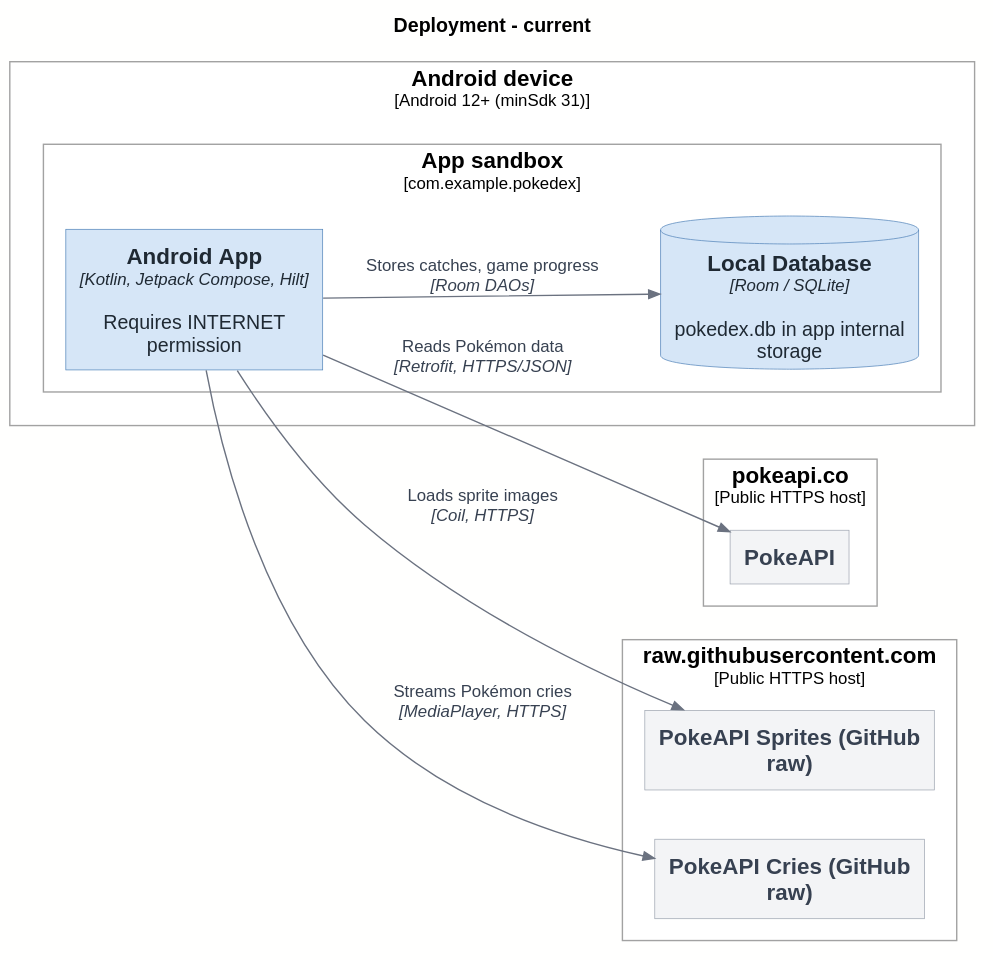
The PlantUML diagram docs/architecture/out/04-deployment.svg in rodrigo4sousa/Pokedex, before a commit.
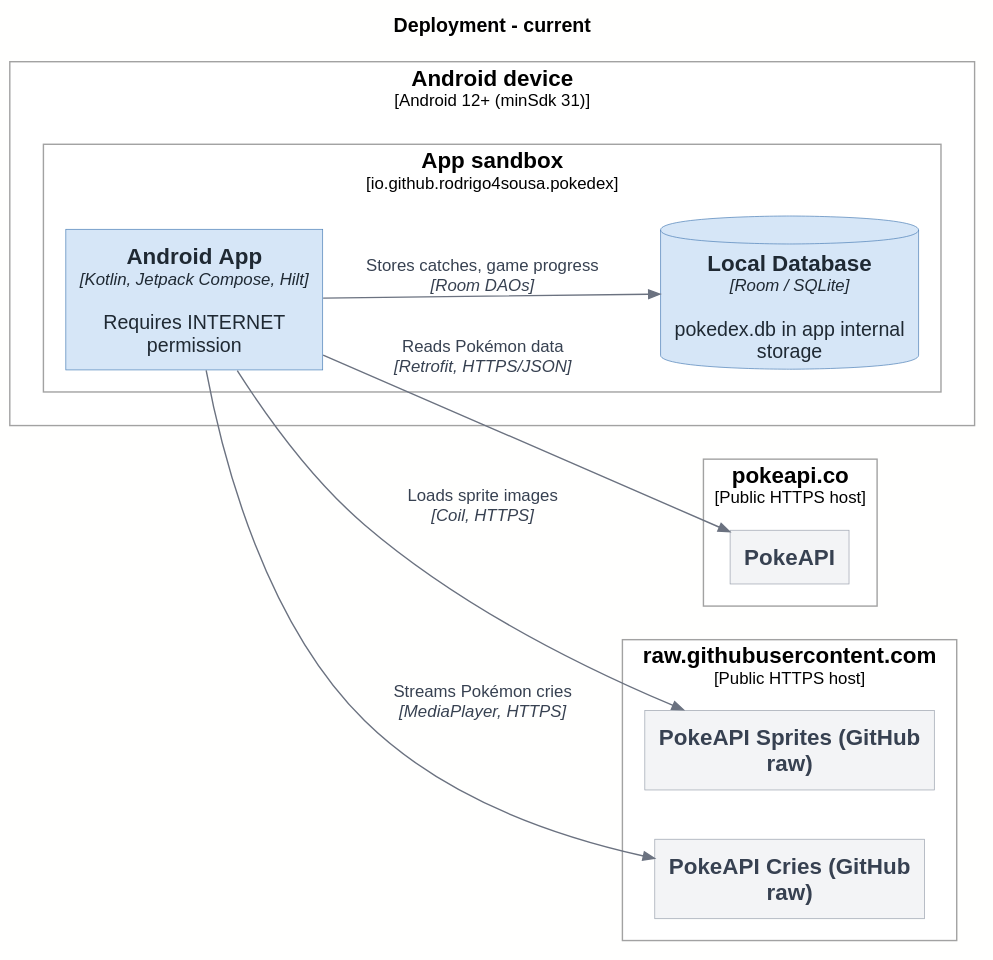
After the change.

The edit, as a diff of the source:
```diff
@@ -7,7 +7,7 @@
 title Deployment - current
 
 Deployment_Node(device, "Android device", "Android 12+ (minSdk 31)") {
-    Deployment_Node(sandbox, "App sandbox", "com.example.pokedex") {
+    Deployment_Node(sandbox, "App sandbox", "io.github.rodrigo4sousa.pokedex") {
         Container(androidApp, "Android App", "Kotlin, Jetpack Compose, Hilt", "Requires INTERNET permission")
         ContainerDb(localDb, "Local Database", "Room / SQLite", "pokedex.db in app internal storage")
     }
```
